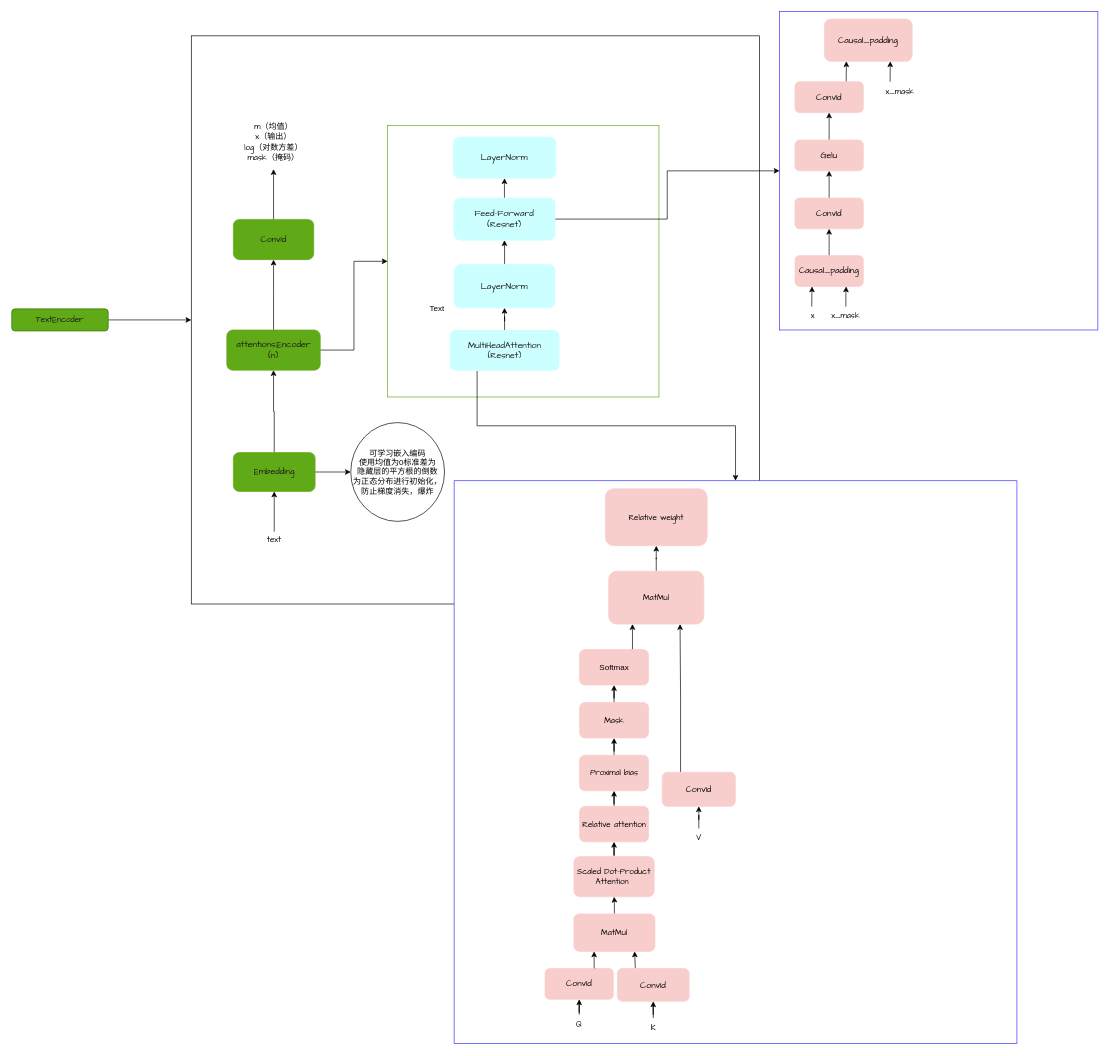
Paramoeciu-bug/vits keeps this draw.io diagram as 未命名绘图.drawio. Above is the earlier version. Source tidied: cells renumbered, new cells numbered last; positions are measured from the earlier drawing's top-left corner, leaving out a move shared by most shapes. Both pictures are drawn from the tidied source at 67%, with x=0, y=0 at pixel (11, 11).
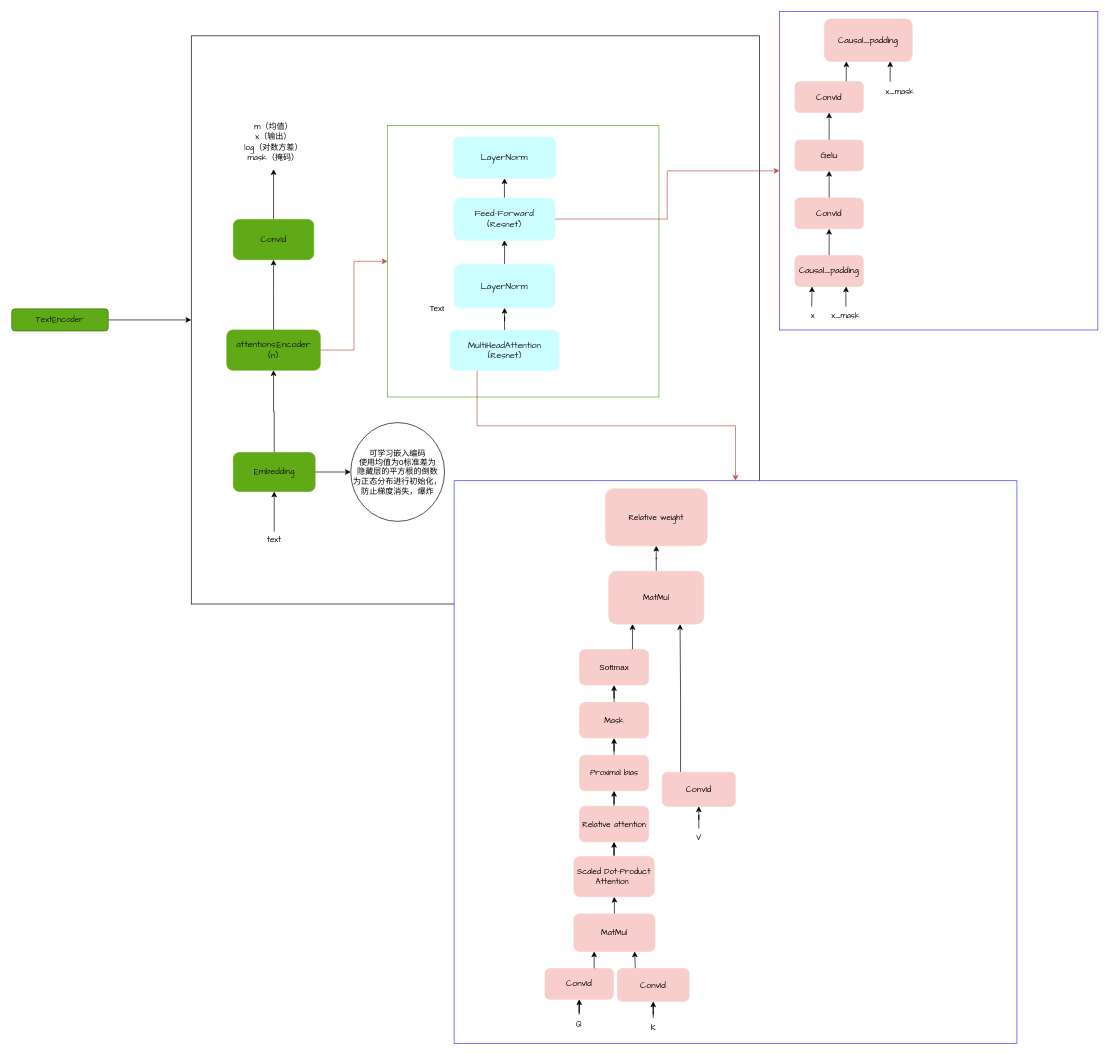
Above is the later version.

Commit message:
更新未命名绘图.drawio

Unchanged cells that the change refers to:
```xml
<mxCell id="9" value="&lt;div&gt;&lt;div style=&quot;font-size: 9.8pt;&quot;&gt;&lt;font style=&quot;color: rgb(26, 26, 26);&quot;&gt;attentions&lt;span style=&quot;background-color: rgb(96, 169, 23);&quot;&gt;.&lt;/span&gt;Encoder&lt;br&gt;(n)&lt;/font&gt;&lt;/div&gt;&lt;/div&gt;" style="rounded=1;whiteSpace=wrap;html=1;fillColor=#60A917;strokeColor=#60A917;fontFamily=Comic Sans MS;" parent="1" vertex="1">
  <mxGeometry x="321" y="475" width="139.5" height="60" as="geometry" />
</mxCell>
<mxCell id="16" style="whiteSpace=wrap;html=1;strokeColor=#60A917;gradientColor=none;fillColor=default;" parent="1" vertex="1">
  <mxGeometry x="561" y="170" width="405" height="405" as="geometry" />
</mxCell>
<mxCell id="20" value="&lt;div style=&quot;&quot;&gt;&lt;div style=&quot;font-size: 9.8pt;&quot;&gt;&lt;div style=&quot;&quot;&gt;&lt;div style=&quot;font-size: 9.8pt;&quot;&gt;MultiHeadAttention&lt;br&gt;(Resnet)&lt;/div&gt;&lt;/div&gt;&lt;/div&gt;&lt;/div&gt;" style="rounded=1;whiteSpace=wrap;html=1;labelBackgroundColor=#CCFFFF;strokeColor=none;fillColor=#CCFFFF;labelBorderColor=none;fontColor=#1A1A1A;fontFamily=Comic Sans MS;" parent="1" vertex="1">
  <mxGeometry x="653.6" y="475" width="164" height="61" as="geometry" />
</mxCell>
<mxCell id="25" value="&lt;div style=&quot;&quot;&gt;&lt;div style=&quot;&quot;&gt;&lt;font&gt;&lt;span style=&quot;font-size: 13.0667px;&quot;&gt;Feed-Forward&lt;/span&gt;&lt;/font&gt;&lt;font style=&quot;&quot;&gt;&lt;span style=&quot;font-size: 9.8pt;&quot;&gt;&lt;/span&gt;&lt;/font&gt;&lt;/div&gt;&lt;div style=&quot;&quot;&gt;&lt;font&gt;&lt;span style=&quot;font-size: 13.0667px;&quot;&gt;(Resnet)&lt;/span&gt;&lt;/font&gt;&lt;/div&gt;&lt;/div&gt;" style="rounded=1;whiteSpace=wrap;html=1;labelBackgroundColor=#CCFFFF;fontColor=#1A1A1A;strokeColor=#CCFFFF;fillColor=#CCFFFF;fontFamily=Comic Sans MS;" parent="1" vertex="1">
  <mxGeometry x="660" y="278" width="150.8" height="63" as="geometry" />
</mxCell>
<mxCell id="27" style="whiteSpace=wrap;html=1;strokeColor=#3333FF;" parent="1" vertex="1">
  <mxGeometry x="660.3" y="700" width="840" height="840" as="geometry" />
</mxCell>
<mxCell id="56" style="whiteSpace=wrap;html=1;strokeColor=#3333FF;" parent="1" vertex="1">
  <mxGeometry x="1146" y="-0.1" width="475.1" height="475.1" as="geometry" />
</mxCell>
```

What changed in the source:
```diff
@@
-    <mxCell id="8" style="edgeStyle=orthogonalEdgeStyle;rounded=0;jettySize=auto;html=1;entryX=0;entryY=0.5;entryDx=0;entryDy=0;" parent="1" edge="1" source="9" target="16">
+    <mxCell id="8" style="edgeStyle=orthogonalEdgeStyle;rounded=0;jettySize=auto;html=1;entryX=0;entryY=0.5;entryDx=0;entryDy=0;fillColor=#f8cecc;strokeColor=#b85450;" parent="1" edge="1" source="9" target="16">
       <mxGeometry relative="1" as="geometry" />
     </mxCell>
@@
-    <mxCell id="19" style="edgeStyle=orthogonalEdgeStyle;rounded=0;jettySize=auto;html=1;exitX=0.25;exitY=1;exitDx=0;exitDy=0;entryX=0.5;entryY=0;entryDx=0;entryDy=0;" parent="1" edge="1" source="20" target="27">
+    <mxCell id="19" style="edgeStyle=orthogonalEdgeStyle;rounded=0;jettySize=auto;html=1;exitX=0.25;exitY=1;exitDx=0;exitDy=0;entryX=0.5;entryY=0;entryDx=0;entryDy=0;fillColor=#f8cecc;strokeColor=#b85450;" parent="1" edge="1" source="20" target="27">
       <mxGeometry relative="1" as="geometry" />
     </mxCell>
@@
-    <mxCell id="24" style="edgeStyle=orthogonalEdgeStyle;rounded=0;jettySize=auto;html=1;" parent="1" edge="1" source="25" target="56">
+    <mxCell id="24" style="edgeStyle=orthogonalEdgeStyle;rounded=0;jettySize=auto;html=1;fillColor=#f8cecc;strokeColor=#b85450;" parent="1" edge="1" source="25" target="56">
       <mxGeometry relative="1" as="geometry" />
     </mxCell>
```
